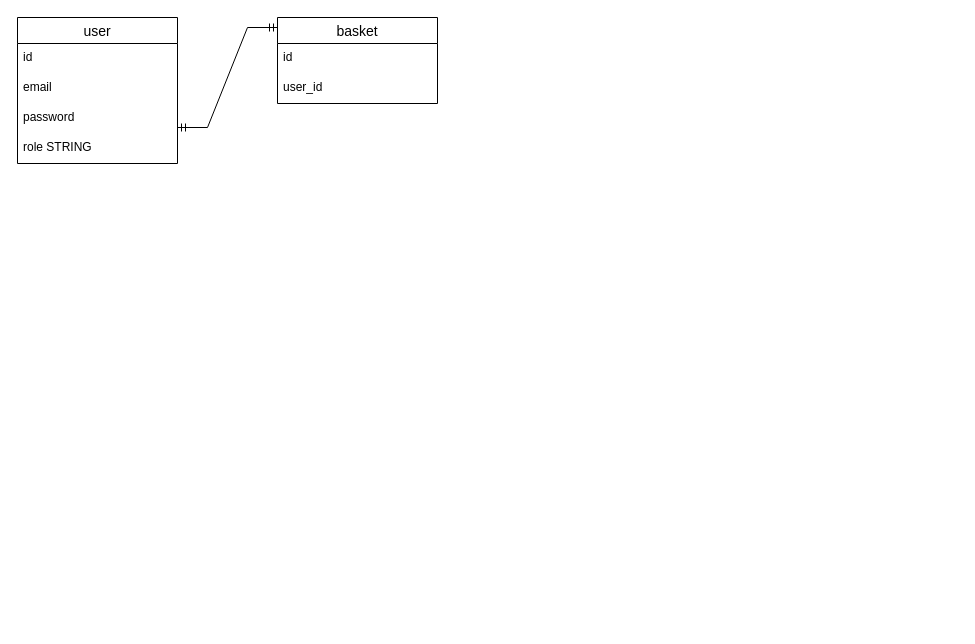
The draw.io diagram server/online_store_diagram.drawio in denvysotskyi/online_store_fullstack, before the edit. Source tidied: cells renumbered, new cells numbered last; positions are measured from the earlier drawing's top-left corner, leaving out a move shared by most shapes. Both pictures are drawn from the tidied source at 100%, with x=0, y=0 at pixel (17, 17).
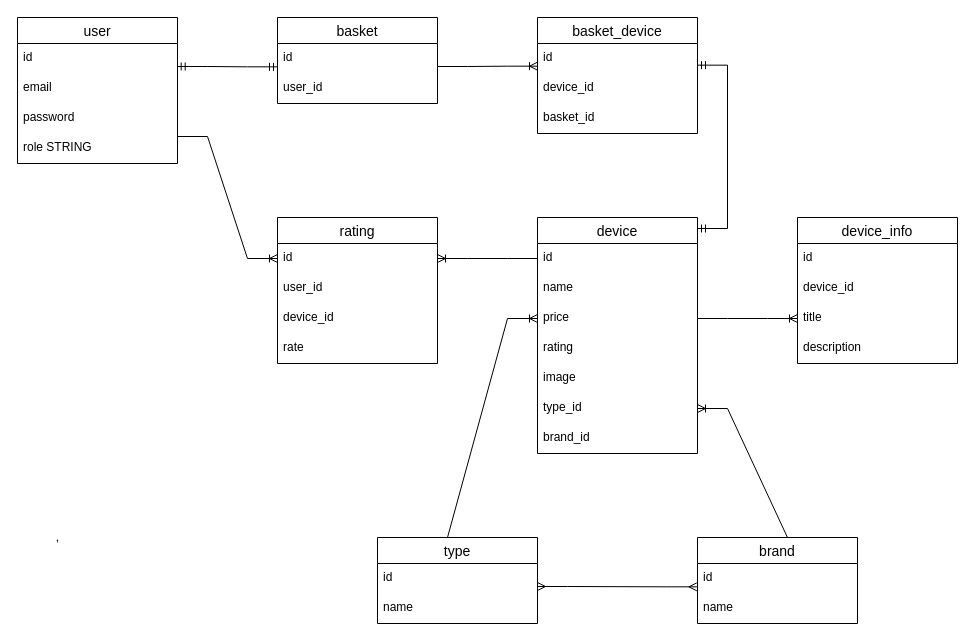
Above is the later version.

Unchanged cells that the change refers to:
```xml
<mxCell id="3" value="id" style="text;strokeColor=none;fillColor=none;spacingLeft=4;spacingRight=4;overflow=hidden;points=[[0,0.5],[1,0.5]];portConstraint=eastwest;fontSize=12;" parent="2" vertex="1">
  <mxGeometry y="26" width="160" height="30" as="geometry" />
</mxCell>
<mxCell id="8" value="id" style="text;strokeColor=none;fillColor=none;spacingLeft=4;spacingRight=4;overflow=hidden;points=[[0,0.5],[1,0.5]];portConstraint=eastwest;fontSize=12;" parent="7" vertex="1">
  <mxGeometry y="26" width="160" height="30" as="geometry" />
</mxCell>
```

Change to the diagram source:
```diff
@@
-    <mxCell id="10" style="edgeStyle=entityRelationEdgeStyle;fontSize=12;html=1;endArrow=ERmandOne;startArrow=ERmandOne;rounded=0;" parent="1" edge="1">
-      <mxGeometry relative="1" as="geometry">
-        <mxPoint x="160" y="110" as="sourcePoint" />
-        <mxPoint x="260" y="10" as="targetPoint" />
-      </mxGeometry>
+    <mxCell id="10" style="edgeStyle=entityRelationEdgeStyle;fontSize=12;html=1;endArrow=ERmandOne;startArrow=ERmandOne;rounded=0;exitX=0.998;exitY=0.767;exitDx=0;exitDy=0;exitPerimeter=0;entryX=0;entryY=0.778;entryDx=0;entryDy=0;entryPerimeter=0;" parent="1" edge="1" source="3" target="8">
+      <mxGeometry relative="1" as="geometry" />
     </mxCell>
+    <mxCell id="11" value="device" style="swimlane;fontStyle=0;horizontal=1;startSize=26;align=center;fontSize=14;" parent="1" vertex="1">
+      <mxGeometry x="520" y="200" width="160" height="236" as="geometry" />
+    </mxCell>
+    <mxCell id="12" value="id" style="text;strokeColor=none;fillColor=none;spacingLeft=4;spacingRight=4;overflow=hidden;points=[[0,0.5],[1,0.5]];portConstraint=eastwest;fontSize=12;" parent="11" vertex="1">
+      <mxGeometry y="26" width="160" height="30" as="geometry" />
+    </mxCell>
+    <mxCell id="13" value="name" style="text;strokeColor=none;fillColor=none;spacingLeft=4;spacingRight=4;overflow=hidden;fontSize=12;" parent="11" vertex="1">
+      <mxGeometry y="56" width="160" height="30" as="geometry" />
+    </mxCell>
+    <mxCell id="14" value="price" style="text;strokeColor=none;fillColor=none;spacingLeft=4;spacingRight=4;overflow=hidden;points=[[0,0.5],[1,0.5]];portConstraint=eastwest;fontSize=12;" parent="11" vertex="1">
+      <mxGeometry y="86" width="160" height="30" as="geometry" />
+    </mxCell>
+    <mxCell id="15" value="rating" style="text;strokeColor=none;fillColor=none;spacingLeft=4;spacingRight=4;overflow=hidden;fontSize=12;" parent="11" vertex="1">
+      <mxGeometry y="116" width="160" height="30" as="geometry" />
+    </mxCell>
+    <mxCell id="16" value="image" style="text;strokeColor=none;fillColor=none;spacingLeft=4;spacingRight=4;overflow=hidden;fontSize=12;" parent="11" vertex="1">
+      <mxGeometry y="146" width="160" height="30" as="geometry" />
+    </mxCell>
+    <mxCell id="17" value="type_id" style="text;strokeColor=none;fillColor=none;spacingLeft=4;spacingRight=4;overflow=hidden;points=[[0,0.5],[1,0.5]];portConstraint=eastwest;fontSize=12;" parent="11" vertex="1">
+      <mxGeometry y="176" width="160" height="30" as="geometry" />
+    </mxCell>
+    <mxCell id="18" value="brand_id" style="text;strokeColor=none;fillColor=none;spacingLeft=4;spacingRight=4;overflow=hidden;fontSize=12;" parent="11" vertex="1">
+      <mxGeometry y="206" width="160" height="30" as="geometry" />
+    </mxCell>
+    <mxCell id="19" value="brand" style="swimlane;fontStyle=0;horizontal=1;startSize=26;align=center;fontSize=14;" parent="1" vertex="1">
+      <mxGeometry x="680" y="520" width="160" height="86" as="geometry" />
+    </mxCell>
+    <mxCell id="20" value="id" style="text;strokeColor=none;fillColor=none;spacingLeft=4;spacingRight=4;overflow=hidden;points=[[0,0.5],[1,0.5]];portConstraint=eastwest;fontSize=12;" parent="19" vertex="1">
+      <mxGeometry y="26" width="160" height="30" as="geometry" />
+    </mxCell>
+    <mxCell id="21" value="name" style="text;strokeColor=none;fillColor=none;spacingLeft=4;spacingRight=4;overflow=hidden;fontSize=12;" parent="19" vertex="1">
+      <mxGeometry y="56" width="160" height="30" as="geometry" />
+    </mxCell>
+    <mxCell id="22" value="type" style="swimlane;fontStyle=0;horizontal=1;startSize=26;align=center;fontSize=14;" parent="1" vertex="1">
+      <mxGeometry x="360" y="520" width="160" height="86" as="geometry" />
+    </mxCell>
+    <mxCell id="23" value="id" style="text;strokeColor=none;fillColor=none;spacingLeft=4;spacingRight=4;overflow=hidden;fontSize=12;" parent="22" vertex="1">
+      <mxGeometry y="26" width="160" height="30" as="geometry" />
+    </mxCell>
+    <mxCell id="24" value="name" style="text;strokeColor=none;fillColor=none;spacingLeft=4;spacingRight=4;overflow=hidden;fontSize=12;" parent="22" vertex="1">
+      <mxGeometry y="56" width="160" height="30" as="geometry" />
+    </mxCell>
+    <mxCell id="25" style="edgeStyle=entityRelationEdgeStyle;fontSize=12;html=1;endArrow=ERoneToMany;rounded=0;entryX=0;entryY=0.5;entryDx=0;entryDy=0;exitX=0.25;exitY=0;exitDx=0;exitDy=0;" parent="1" edge="1" source="22" target="14">
+      <mxGeometry relative="1" as="geometry" />
+    </mxCell>
+    <mxCell id="26" value="," style="edgeStyle=entityRelationEdgeStyle;fontSize=12;html=1;endArrow=ERoneToMany;rounded=0;entryX=1;entryY=0.5;entryDx=0;entryDy=0;exitX=0.75;exitY=0;exitDx=0;exitDy=0;" parent="1" edge="1" source="19" target="17">
+      <mxGeometry x="1" y="653" relative="1" as="geometry">
+        <mxPoint x="-640" y="-524" as="offset" />
+      </mxGeometry>
+    </mxCell>
+    <mxCell id="27" style="edgeStyle=entityRelationEdgeStyle;fontSize=12;html=1;endArrow=ERmany;startArrow=ERmany;rounded=0;entryX=-0.004;entryY=0.778;entryDx=0;entryDy=0;entryPerimeter=0;" parent="1" edge="1" target="20">
+      <mxGeometry relative="1" as="geometry">
+        <mxPoint x="520" y="569" as="sourcePoint" />
+      </mxGeometry>
+    </mxCell>
+    <mxCell id="28" value="device_info" style="swimlane;fontStyle=0;horizontal=1;startSize=26;align=center;fontSize=14;" parent="1" vertex="1">
+      <mxGeometry x="780" y="200" width="160" height="146" as="geometry" />
+    </mxCell>
+    <mxCell id="29" value="id" style="text;strokeColor=none;fillColor=none;spacingLeft=4;spacingRight=4;overflow=hidden;fontSize=12;" parent="28" vertex="1">
+      <mxGeometry y="26" width="160" height="30" as="geometry" />
+    </mxCell>
+    <mxCell id="30" value="device_id" style="text;strokeColor=none;fillColor=none;spacingLeft=4;spacingRight=4;overflow=hidden;fontSize=12;" parent="28" vertex="1">
+      <mxGeometry y="56" width="160" height="30" as="geometry" />
+    </mxCell>
+    <mxCell id="31" value="title" style="text;strokeColor=none;fillColor=none;spacingLeft=4;spacingRight=4;overflow=hidden;points=[[0,0.5],[1,0.5]];portConstraint=eastwest;fontSize=12;" parent="28" vertex="1">
+      <mxGeometry y="86" width="160" height="30" as="geometry" />
+    </mxCell>
+    <mxCell id="32" value="description" style="text;strokeColor=none;fillColor=none;spacingLeft=4;spacingRight=4;overflow=hidden;fontSize=12;" parent="28" vertex="1">
+      <mxGeometry y="116" width="160" height="30" as="geometry" />
+    </mxCell>
+    <mxCell id="33" style="edgeStyle=entityRelationEdgeStyle;fontSize=12;html=1;endArrow=ERoneToMany;rounded=0;entryX=0;entryY=0.5;entryDx=0;entryDy=0;exitX=1;exitY=0.5;exitDx=0;exitDy=0;" parent="1" edge="1" source="14" target="31">
+      <mxGeometry relative="1" as="geometry" />
+    </mxCell>
+    <mxCell id="34" value="basket_device" style="swimlane;fontStyle=0;horizontal=1;startSize=26;align=center;fontSize=14;" parent="1" vertex="1">
+      <mxGeometry x="520" width="160" height="116" as="geometry" />
+    </mxCell>
+    <mxCell id="35" value="id" style="text;strokeColor=none;fillColor=none;spacingLeft=4;spacingRight=4;overflow=hidden;points=[[0,0.5],[1,0.5]];portConstraint=eastwest;fontSize=12;" parent="34" vertex="1">
+      <mxGeometry y="26" width="160" height="30" as="geometry" />
+    </mxCell>
+    <mxCell id="36" value="device_id" style="text;strokeColor=none;fillColor=none;spacingLeft=4;spacingRight=4;overflow=hidden;fontSize=12;" parent="34" vertex="1">
+      <mxGeometry y="56" width="160" height="30" as="geometry" />
+    </mxCell>
+    <mxCell id="37" value="basket_id" style="text;strokeColor=none;fillColor=none;spacingLeft=4;spacingRight=4;overflow=hidden;fontSize=12;" parent="34" vertex="1">
+      <mxGeometry y="86" width="160" height="30" as="geometry" />
+    </mxCell>
+    <mxCell id="38" style="edgeStyle=entityRelationEdgeStyle;fontSize=12;html=1;endArrow=ERoneToMany;rounded=0;exitX=1;exitY=0.767;exitDx=0;exitDy=0;exitPerimeter=0;entryX=0;entryY=0.756;entryDx=0;entryDy=0;entryPerimeter=0;" parent="1" edge="1" source="8" target="35">
+      <mxGeometry relative="1" as="geometry" />
+    </mxCell>
+    <mxCell id="39" style="edgeStyle=entityRelationEdgeStyle;fontSize=12;html=1;endArrow=ERmandOne;startArrow=ERmandOne;rounded=0;entryX=1;entryY=0.722;entryDx=0;entryDy=0;entryPerimeter=0;" parent="1" edge="1" target="35">
+      <mxGeometry relative="1" as="geometry">
+        <mxPoint x="680" y="211" as="sourcePoint" />
+      </mxGeometry>
+    </mxCell>
+    <mxCell id="40" value="rating" style="swimlane;fontStyle=0;horizontal=1;startSize=26;align=center;fontSize=14;" parent="1" vertex="1">
+      <mxGeometry x="260" y="200" width="160" height="146" as="geometry" />
+    </mxCell>
+    <mxCell id="41" value="id" style="text;strokeColor=none;fillColor=none;spacingLeft=4;spacingRight=4;overflow=hidden;points=[[0,0.5],[1,0.5]];portConstraint=eastwest;fontSize=12;" parent="40" vertex="1">
+      <mxGeometry y="26" width="160" height="30" as="geometry" />
+    </mxCell>
+    <mxCell id="42" value="user_id" style="text;strokeColor=none;fillColor=none;spacingLeft=4;spacingRight=4;overflow=hidden;fontSize=12;" parent="40" vertex="1">
+      <mxGeometry y="56" width="160" height="30" as="geometry" />
+    </mxCell>
+    <mxCell id="43" value="device_id" style="text;strokeColor=none;fillColor=none;spacingLeft=4;spacingRight=4;overflow=hidden;fontSize=12;" parent="40" vertex="1">
+      <mxGeometry y="86" width="160" height="30" as="geometry" />
+    </mxCell>
+    <mxCell id="44" value="rate" style="text;strokeColor=none;fillColor=none;spacingLeft=4;spacingRight=4;overflow=hidden;fontSize=12;" parent="40" vertex="1">
+      <mxGeometry y="116" width="160" height="30" as="geometry" />
+    </mxCell>
+    <mxCell id="45" style="edgeStyle=entityRelationEdgeStyle;fontSize=12;html=1;endArrow=ERoneToMany;rounded=0;entryX=0;entryY=0.5;entryDx=0;entryDy=0;" parent="1" edge="1" target="41">
+      <mxGeometry relative="1" as="geometry">
+        <mxPoint x="160" y="119" as="sourcePoint" />
+      </mxGeometry>
+    </mxCell>
+    <mxCell id="46" style="edgeStyle=entityRelationEdgeStyle;fontSize=12;html=1;endArrow=ERoneToMany;rounded=0;entryX=1;entryY=0.5;entryDx=0;entryDy=0;exitX=0;exitY=0.5;exitDx=0;exitDy=0;" parent="1" edge="1" source="12" target="41">
+      <mxGeometry relative="1" as="geometry" />
+    </mxCell>
```
